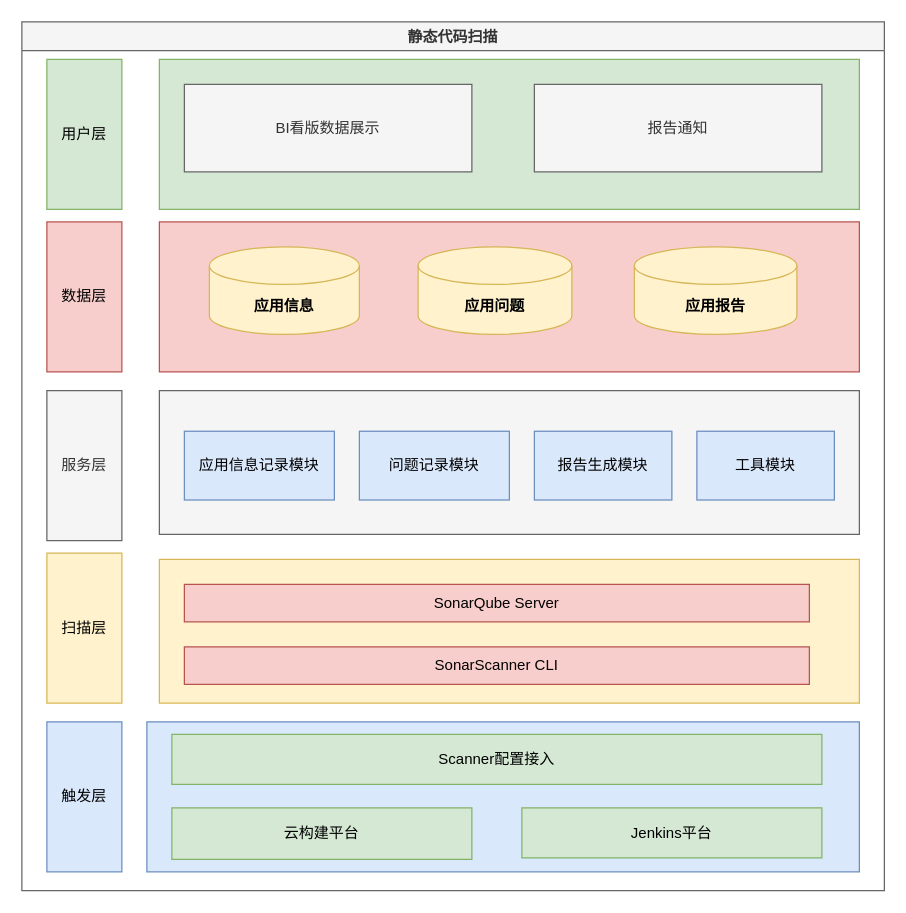
This is 好未来/静态代码扫描/代码扫描-架构图.drawio from dongjinmin-710/my-darwio, a draw.io file, before an edit. Source tidied: cells renumbered, new cells numbered last; positions are measured from the earlier drawing's top-left corner, leaving out a move shared by most shapes. Both pictures are drawn from the tidied source at 125%, with x=0, y=0 at pixel (21, 21). Pictures stored in the file or linked from it are replaced by grey dashed boxes.
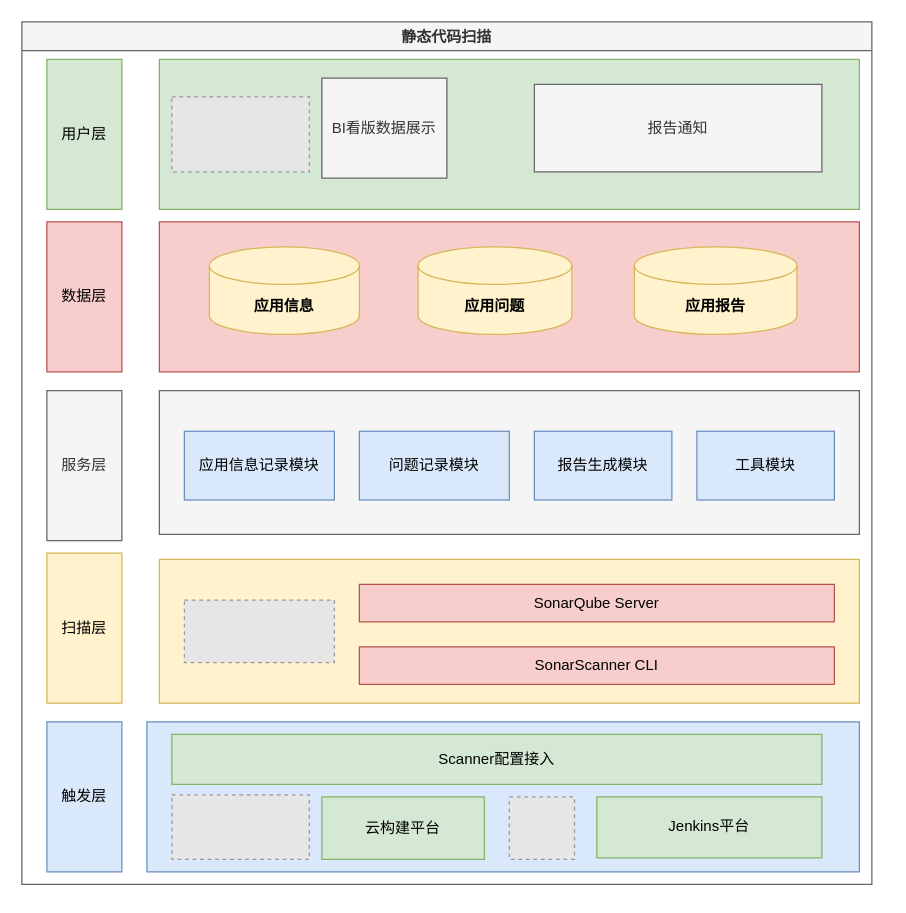
After the change.

Commit message:
更新代码扫描-架构图.drawio

The edit, as a diff of the source:
```diff
@@
     <mxCell id="2" value="静态代码扫描" style="swimlane;fillColor=#f5f5f5;strokeColor=#666666;fontColor=#333333;" parent="1" vertex="1">
-      <mxGeometry width="690" height="695" as="geometry" />
+      <mxGeometry width="680" height="690" as="geometry" />
     </mxCell>
@@
     <mxCell id="10" value="&lt;span style=&quot;text-wrap-mode: nowrap;&quot;&gt;云构建平台&lt;/span&gt;" style="rounded=0;whiteSpace=wrap;html=1;fillColor=#d5e8d4;strokeColor=#82b366;" parent="2" vertex="1">
-      <mxGeometry x="120" y="628.8" width="240" height="41.2" as="geometry" />
+      <mxGeometry x="240" y="620" width="130" height="50" as="geometry" />
     </mxCell>
@@
     <mxCell id="12" value="SonarScanner CLI" style="rounded=0;whiteSpace=wrap;html=1;fillColor=#f8cecc;strokeColor=#b85450;" parent="2" vertex="1">
-      <mxGeometry x="130" y="500" width="500" height="30" as="geometry" />
+      <mxGeometry x="270" y="500" width="380" height="30" as="geometry" />
     </mxCell>
     <mxCell id="13" value="SonarQube Server" style="rounded=0;whiteSpace=wrap;html=1;fillColor=#f8cecc;strokeColor=#b85450;" parent="2" vertex="1">
-      <mxGeometry x="130" y="450" width="500" height="30" as="geometry" />
+      <mxGeometry x="270" y="450" width="380" height="30" as="geometry" />
     </mxCell>
@@
     <mxCell id="20" value="Jenkins平台" style="rounded=0;whiteSpace=wrap;html=1;fillColor=#d5e8d4;strokeColor=#82b366;" parent="2" vertex="1">
-      <mxGeometry x="400" y="628.8" width="240" height="40" as="geometry" />
+      <mxGeometry x="460" y="620" width="180" height="48.8" as="geometry" />
     </mxCell>
@@
     <mxCell id="25" value="BI看版数据展示" style="rounded=0;whiteSpace=wrap;html=1;fillColor=#f5f5f5;fontColor=#333333;strokeColor=#666666;" parent="2" vertex="1">
-      <mxGeometry x="130" y="50" width="230" height="70" as="geometry" />
+      <mxGeometry x="240" y="45" width="100" height="80" as="geometry" />
     </mxCell>
@@
+    <mxCell id="27" style="fillColor=#E6E6E6;strokeColor=#999999;dashed=1;verticalLabelPosition=bottom;labelBackgroundColor=default;verticalAlign=top;" parent="2" vertex="1">
+      <mxGeometry x="120" y="618.4" width="110" height="51.6" as="geometry" />
+    </mxCell>
+    <mxCell id="28" style="fillColor=#E6E6E6;strokeColor=#999999;dashed=1;verticalLabelPosition=bottom;labelBackgroundColor=default;verticalAlign=top;" parent="2" vertex="1">
+      <mxGeometry x="390" y="620" width="52.1" height="50" as="geometry" />
+    </mxCell>
+    <mxCell id="29" style="fillColor=#E6E6E6;strokeColor=#999999;dashed=1;verticalLabelPosition=bottom;labelBackgroundColor=default;verticalAlign=top;" parent="2" vertex="1">
+      <mxGeometry x="130" y="462.5" width="120" height="50" as="geometry" />
+    </mxCell>
+    <mxCell id="30" style="fillColor=#E6E6E6;strokeColor=#999999;dashed=1;verticalLabelPosition=bottom;labelBackgroundColor=default;verticalAlign=top;" parent="2" vertex="1">
+      <mxGeometry x="120" y="60" width="110" height="60" as="geometry" />
+    </mxCell>
```
